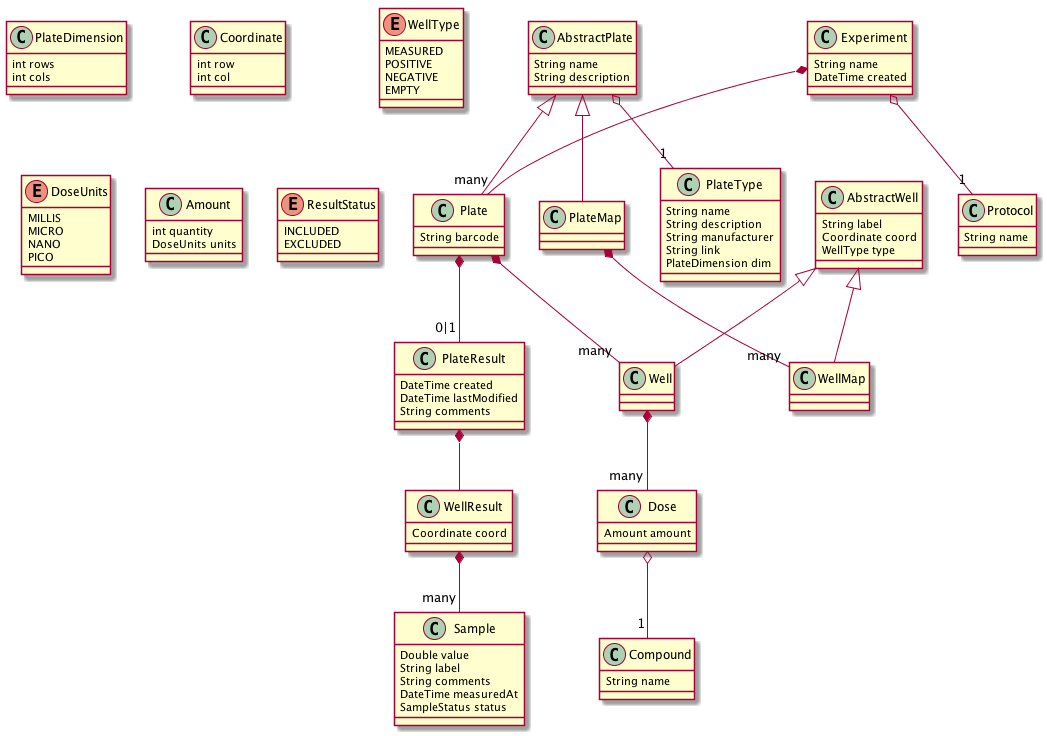
massfords/we99 keeps this PlantUML diagram as docs/uml/classes.png. Above is the earlier version.
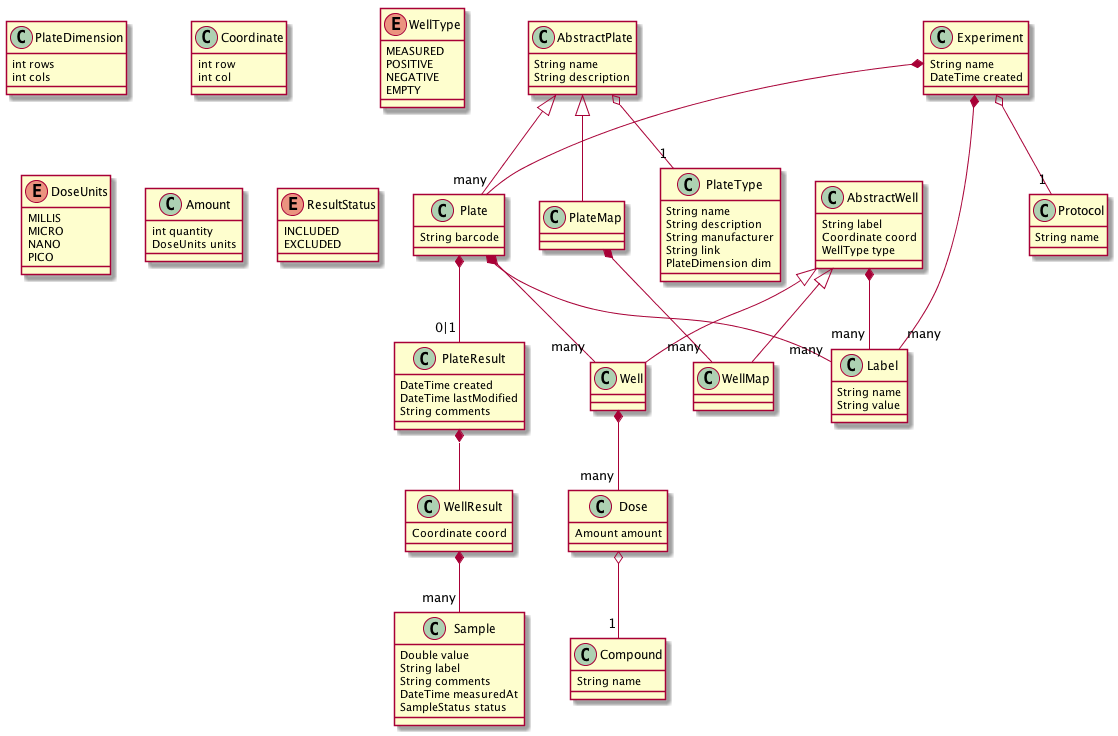
The same file after the commit.

The edit, as a diff of the source:
```diff
@@ -4,9 +4,11 @@
 AbstractPlate <|-- PlateMap
 AbstractPlate o-- "1" PlateType
 Plate *-- "many" Well
+Plate *-- "many" Label
 Plate *-- "0|1" PlateResult
 PlateResult *-- WellResult
 WellResult *-- "many" Sample
+AbstractWell *-- "many" Label
 AbstractWell <|-- Well
 AbstractWell <|-- WellMap
 Well *-- "many" Dose
@@ -14,6 +16,7 @@
 PlateMap *-- "many" WellMap
 Experiment *-- "many" Plate
 Experiment o-- "1" Protocol
+Experiment *-- "many" Label
 
 class Plate {
     String barcode
@@ -115,4 +118,9 @@
     String comments
 }
 
+class Label {
+    String name
+    String value
+}
+
 @enduml
```
